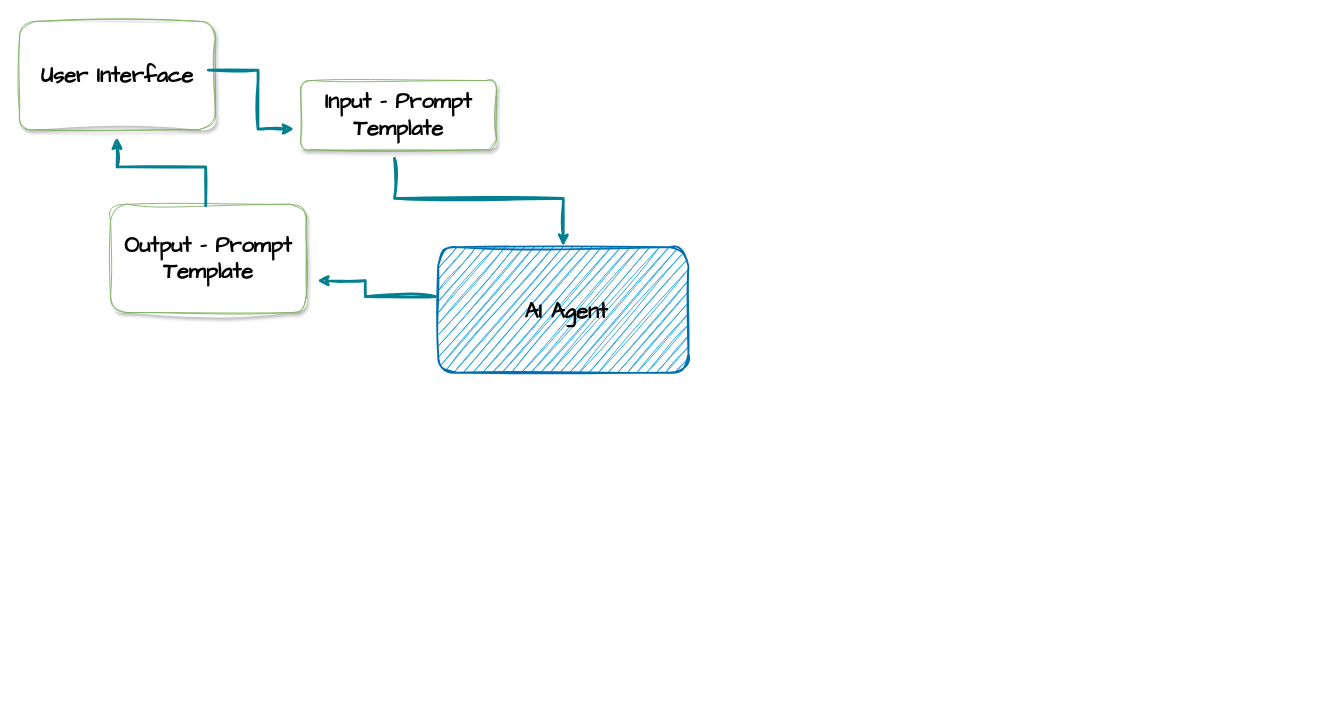
anjali52deb/draw-io keeps this draw.io diagram as Untitled Diagram.drawio. Above is the earlier version. Source tidied: cells renumbered, new cells numbered last; positions are measured from the earlier drawing's top-left corner, leaving out a move shared by most shapes. Both pictures are drawn from the tidied source at 91%, with x=0, y=0 at pixel (19, 21).
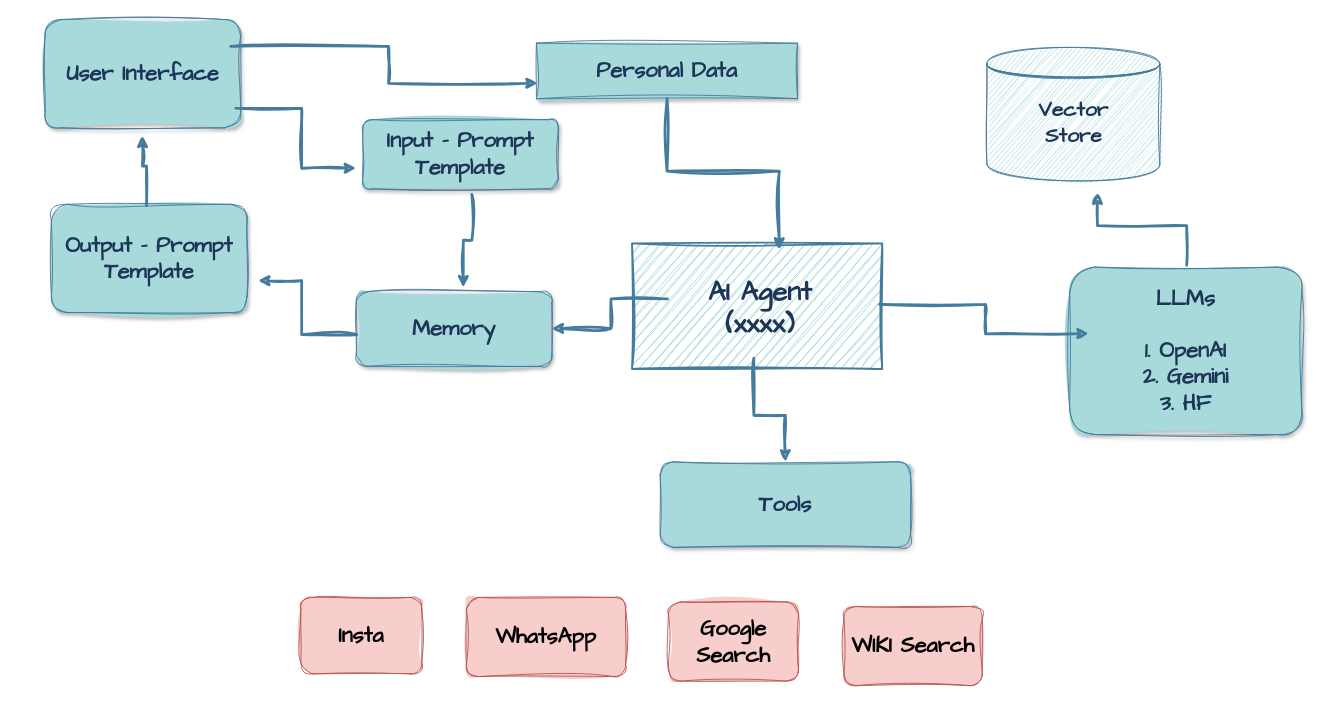
The same diagram, later.

Change to the diagram source:
```diff
@@
-    <mxCell id="2" style="group;" parent="1" vertex="1">
-      <mxGeometry x="460" y="248" width="275" height="138" as="geometry" />
+    <mxCell id="2" style="group;labelBackgroundColor=none;fontColor=#1D3557;sketch=1;curveFitting=1;jiggle=2;rounded=1;" parent="1" vertex="1">
+      <mxGeometry x="673" y="244" width="275" height="138" as="geometry" />
     </mxCell>
-    <mxCell id="3" style="rounded=1;whiteSpace=wrap;html=1;labelBackgroundColor=none;fillColor=#1ba1e2;strokeColor=#006EAF;fontColor=#ffffff;sketch=1;curveFitting=1;jiggle=2;glass=0;shadow=0;fontFamily=Helvetica;fillStyle=auto;gradientColor=none;strokeWidth=2;perimeterSpacing=1;imageAspect=0;" parent="2" vertex="1">
+    <mxCell id="3" style="rounded=0;whiteSpace=wrap;html=1;labelBackgroundColor=none;fillColor=#A8DADC;strokeColor=#457B9D;fontColor=#1D3557;glass=0;shadow=0;fontFamily=Helvetica;fillStyle=auto;strokeWidth=2;perimeterSpacing=1;imageAspect=0;fontSize=14;sketch=1;curveFitting=1;jiggle=2;" parent="2" vertex="1">
       <mxGeometry width="275" height="138" as="geometry" />
     </mxCell>
-    <mxCell id="4" value="AI Agent" style="text;html=1;align=center;verticalAlign=middle;whiteSpace=wrap;rounded=0;fontFamily=Comic Sans MS;fontColor=light-dark(#000000, #0b2008);fontSize=24;fontStyle=1;" parent="2" vertex="1">
+    <mxCell id="4" value="&lt;div&gt;AI Agent&lt;/div&gt;&lt;div&gt;(xxxx)&lt;br&gt;&lt;/div&gt;" style="text;html=1;align=center;verticalAlign=middle;whiteSpace=wrap;rounded=0;fontFamily=Comic Sans MS;fontColor=#1D3557;fontSize=30;fontStyle=1;labelBackgroundColor=none;sketch=1;curveFitting=1;jiggle=2;" parent="2" vertex="1">
       <mxGeometry x="41.8" y="46.4" width="198" height="48.8" as="geometry" />
     </mxCell>
-    <mxCell id="5" value="Input - Prompt Template" style="text;html=1;align=center;verticalAlign=middle;whiteSpace=wrap;rounded=1;fontFamily=Comic Sans MS;fontSize=24;fontStyle=1;fillColor=default;strokeColor=#82b366;fillStyle=solid;sketch=1;curveFitting=1;jiggle=2;shadow=1;gradientColor=none;" parent="1" vertex="1">
-      <mxGeometry x="309" y="65" width="215" height="76" as="geometry" />
+    <mxCell id="5" value="Input - Prompt Template" style="text;html=1;align=center;verticalAlign=middle;whiteSpace=wrap;rounded=1;fontFamily=Comic Sans MS;fontSize=24;fontStyle=1;fillColor=#A8DADC;strokeColor=#457B9D;fillStyle=solid;shadow=1;labelBackgroundColor=none;fontColor=#1D3557;sketch=1;curveFitting=1;jiggle=2;" parent="1" vertex="1">
+      <mxGeometry x="377" y="108" width="215" height="76" as="geometry" />
     </mxCell>
-    <mxCell id="6" value="Output - Prompt Template" style="text;html=1;align=center;verticalAlign=middle;whiteSpace=wrap;rounded=1;fontFamily=Comic Sans MS;fontSize=24;fontStyle=1;fillColor=default;strokeColor=#82b366;fillStyle=solid;sketch=1;curveFitting=1;jiggle=2;shadow=1;gradientColor=none;" parent="1" vertex="1">
-      <mxGeometry x="100" y="201" width="215" height="119" as="geometry" />
+    <mxCell id="6" value="Output - Prompt Template" style="text;html=1;align=center;verticalAlign=middle;whiteSpace=wrap;rounded=1;fontFamily=Comic Sans MS;fontSize=24;fontStyle=1;fillColor=#A8DADC;strokeColor=#457B9D;fillStyle=solid;shadow=1;labelBackgroundColor=none;fontColor=#1D3557;sketch=1;curveFitting=1;jiggle=2;" parent="1" vertex="1">
+      <mxGeometry x="35" y="201" width="215" height="119" as="geometry" />
     </mxCell>
-    <mxCell id="7" value="User Interface" style="text;html=1;align=center;verticalAlign=middle;whiteSpace=wrap;rounded=1;fontFamily=Comic Sans MS;fontSize=24;fontStyle=1;fillColor=default;strokeColor=#82b366;fillStyle=solid;sketch=1;curveFitting=1;jiggle=2;shadow=1;gradientColor=none;" parent="1" vertex="1">
-      <mxGeometry width="215" height="119" as="geometry" />
+    <mxCell id="7" value="User Interface" style="text;html=1;align=center;verticalAlign=middle;whiteSpace=wrap;rounded=1;fontFamily=Comic Sans MS;fontSize=24;fontStyle=1;fillColor=#A8DADC;strokeColor=#457B9D;fillStyle=solid;shadow=1;labelBackgroundColor=none;fontColor=#1D3557;sketch=1;curveFitting=1;jiggle=2;" parent="1" vertex="1">
+      <mxGeometry x="28" y="-2" width="215" height="119" as="geometry" />
     </mxCell>
-    <mxCell id="8" style="edgeStyle=orthogonalEdgeStyle;rounded=0;jettySize=auto;html=1;exitX=0.965;exitY=0.45;exitDx=0;exitDy=0;entryX=-0.033;entryY=0.702;entryDx=0;entryDy=0;strokeColor=#028090;fontColor=default;fillColor=#F45B69;strokeWidth=3;sketch=1;curveFitting=1;jiggle=2;labelBackgroundColor=none;entryPerimeter=0;exitPerimeter=0;" parent="1" edge="1" source="7" target="5">
+    <mxCell id="8" style="edgeStyle=orthogonalEdgeStyle;rounded=0;jettySize=auto;html=1;exitX=0.974;exitY=0.819;exitDx=0;exitDy=0;entryX=-0.033;entryY=0.702;entryDx=0;entryDy=0;strokeColor=#457B9D;fontColor=default;fillColor=#A8DADC;strokeWidth=3;labelBackgroundColor=none;entryPerimeter=0;exitPerimeter=0;sketch=1;curveFitting=1;jiggle=2;" parent="1" edge="1" source="7" target="5">
       <mxGeometry relative="1" as="geometry" />
     </mxCell>
-    <mxCell id="9" style="edgeStyle=orthogonalEdgeStyle;rounded=0;jettySize=auto;html=1;exitX=0.479;exitY=1.125;exitDx=0;exitDy=0;strokeColor=#028090;fontColor=default;fillColor=#F45B69;strokeWidth=3;sketch=1;curveFitting=1;jiggle=2;labelBackgroundColor=none;exitPerimeter=0;" parent="1" edge="1" source="5" target="3">
+    <mxCell id="9" style="edgeStyle=orthogonalEdgeStyle;rounded=0;jettySize=auto;html=1;exitX=0.558;exitY=1.079;exitDx=0;exitDy=0;strokeColor=#457B9D;fontColor=default;fillColor=#A8DADC;strokeWidth=3;labelBackgroundColor=none;exitPerimeter=0;entryX=0.547;entryY=-0.055;entryDx=0;entryDy=0;entryPerimeter=0;sketch=1;curveFitting=1;jiggle=2;" parent="1" edge="1" source="5" target="20">
       <mxGeometry relative="1" as="geometry" />
     </mxCell>
-    <mxCell id="10" style="edgeStyle=orthogonalEdgeStyle;rounded=0;jettySize=auto;html=1;exitX=-0.007;exitY=0.396;exitDx=0;exitDy=0;strokeColor=#028090;fontColor=default;fillColor=#F45B69;strokeWidth=3;sketch=1;curveFitting=1;jiggle=2;labelBackgroundColor=none;exitPerimeter=0;entryX=1.056;entryY=0.706;entryDx=0;entryDy=0;entryPerimeter=0;" parent="1" edge="1" source="3" target="6">
-      <mxGeometry relative="1" as="geometry">
-        <Array as="points">
-          <mxPoint x="380" y="303" />
-          <mxPoint x="380" y="285" />
-        </Array>
-      </mxGeometry>
+    <mxCell id="10" style="edgeStyle=orthogonalEdgeStyle;rounded=0;jettySize=auto;html=1;exitX=0.002;exitY=0.576;exitDx=0;exitDy=0;strokeColor=#457B9D;fontColor=default;fillColor=#A8DADC;strokeWidth=3;labelBackgroundColor=none;exitPerimeter=0;entryX=1.056;entryY=0.706;entryDx=0;entryDy=0;entryPerimeter=0;sketch=1;curveFitting=1;jiggle=2;" parent="1" edge="1" source="20" target="6">
+      <mxGeometry relative="1" as="geometry" />
     </mxCell>
-    <mxCell id="11" style="edgeStyle=orthogonalEdgeStyle;rounded=0;jettySize=auto;html=1;exitX=0.486;exitY=0.013;exitDx=0;exitDy=0;strokeColor=#028090;fontColor=default;fillColor=#F45B69;strokeWidth=3;sketch=1;curveFitting=1;jiggle=2;labelBackgroundColor=none;exitPerimeter=0;entryX=0.498;entryY=1.071;entryDx=0;entryDy=0;entryPerimeter=0;" parent="1" edge="1" source="6" target="7">
+    <mxCell id="11" style="edgeStyle=orthogonalEdgeStyle;rounded=0;jettySize=auto;html=1;exitX=0.486;exitY=0.013;exitDx=0;exitDy=0;strokeColor=#457B9D;fontColor=default;fillColor=#A8DADC;strokeWidth=3;labelBackgroundColor=none;exitPerimeter=0;entryX=0.498;entryY=1.071;entryDx=0;entryDy=0;entryPerimeter=0;sketch=1;curveFitting=1;jiggle=2;" parent="1" edge="1" source="6" target="7">
       <mxGeometry relative="1" as="geometry" />
     </mxCell>
+    <mxCell id="12" value="&lt;div&gt;LLMs&lt;/div&gt;&lt;div&gt;&lt;br&gt;&lt;/div&gt;&lt;div&gt;1. OpenAI&lt;/div&gt;&lt;div&gt;2. Gemini&lt;/div&gt;&lt;div&gt;3. HF&lt;br&gt;&lt;/div&gt;" style="text;html=1;align=center;verticalAlign=middle;whiteSpace=wrap;rounded=1;fontFamily=Comic Sans MS;fontSize=24;fontStyle=1;fillColor=#A8DADC;strokeColor=#457B9D;fillStyle=solid;shadow=1;labelBackgroundColor=none;fontColor=#1D3557;sketch=1;curveFitting=1;jiggle=2;" parent="1" vertex="1">
+      <mxGeometry x="1154" y="270" width="255" height="184" as="geometry" />
+    </mxCell>
+    <mxCell id="13" value="Personal Data" style="text;html=1;align=center;verticalAlign=middle;whiteSpace=wrap;rounded=0;fontFamily=Comic Sans MS;fontSize=24;fontStyle=1;fillColor=#A8DADC;strokeColor=#457B9D;fillStyle=solid;shadow=1;labelBackgroundColor=none;fontColor=#1D3557;sketch=1;curveFitting=1;jiggle=2;" parent="1" vertex="1">
+      <mxGeometry x="568" y="24" width="287" height="61" as="geometry" />
+    </mxCell>
+    <mxCell id="14" style="edgeStyle=orthogonalEdgeStyle;rounded=0;jettySize=auto;html=1;entryX=0.005;entryY=0.721;entryDx=0;entryDy=0;strokeColor=#457B9D;fontColor=default;fillColor=#A8DADC;strokeWidth=3;labelBackgroundColor=none;entryPerimeter=0;sketch=1;curveFitting=1;jiggle=2;exitX=0.949;exitY=0.248;exitDx=0;exitDy=0;exitPerimeter=0;" parent="1" edge="1" source="7" target="13">
+      <mxGeometry relative="1" as="geometry" />
+    </mxCell>
+    <mxCell id="15" style="edgeStyle=orthogonalEdgeStyle;rounded=0;jettySize=auto;html=1;entryX=0.588;entryY=0.057;entryDx=0;entryDy=0;strokeColor=#457B9D;fontColor=default;fillColor=#A8DADC;strokeWidth=3;labelBackgroundColor=none;entryPerimeter=0;sketch=1;curveFitting=1;jiggle=2;" parent="1" edge="1" source="13" target="3">
+      <mxGeometry relative="1" as="geometry" />
+    </mxCell>
+    <mxCell id="16" style="edgeStyle=orthogonalEdgeStyle;rounded=0;jettySize=auto;html=1;exitX=0.986;exitY=0.486;exitDx=0;exitDy=0;strokeColor=#457B9D;fontColor=default;fillColor=#A8DADC;strokeWidth=3;labelBackgroundColor=none;exitPerimeter=0;sketch=1;curveFitting=1;jiggle=2;" parent="1" edge="1" source="3">
+      <mxGeometry relative="1" as="geometry">
+        <mxPoint x="1175" y="343" as="targetPoint" />
+      </mxGeometry>
+    </mxCell>
+    <mxCell id="17" style="group;rounded=0;labelBackgroundColor=none;fontColor=#1D3557;sketch=1;curveFitting=1;jiggle=2;" parent="1" vertex="1">
+      <mxGeometry x="1063" y="28" width="190" height="151" as="geometry" />
+    </mxCell>
+    <mxCell id="18" style="shape=datastore;whiteSpace=wrap;html=1;hachureGap=4;strokeColor=#457B9D;fontFamily=Architects Daughter;fontColor=#1D3557;fillColor=#A8DADC;labelBackgroundColor=none;sketch=1;curveFitting=1;jiggle=2;rounded=0;" parent="17" vertex="1">
+      <mxGeometry width="190" height="148" as="geometry" />
+    </mxCell>
+    <mxCell id="19" value="Vector Store" style="text;html=1;align=center;verticalAlign=middle;whiteSpace=wrap;rounded=0;fontFamily=Comic Sans MS;strokeColor=none;fontSize=23;fontStyle=1;labelBackgroundColor=none;fontColor=#1D3557;sketch=1;curveFitting=1;jiggle=2;" parent="17" vertex="1">
+      <mxGeometry x="40" y="16" width="111" height="135" as="geometry" />
+    </mxCell>
+    <mxCell id="20" value="Memory" style="text;html=1;align=center;verticalAlign=middle;whiteSpace=wrap;rounded=1;fontFamily=Comic Sans MS;fontSize=24;fontStyle=1;fillColor=#A8DADC;strokeColor=#457B9D;fillStyle=solid;shadow=1;labelBackgroundColor=none;fontColor=#1D3557;sketch=1;curveFitting=1;jiggle=2;" parent="1" vertex="1">
+      <mxGeometry x="370" y="297" width="215" height="82" as="geometry" />
+    </mxCell>
+    <mxCell id="21" value="Tools" style="text;html=1;align=center;verticalAlign=middle;whiteSpace=wrap;rounded=1;fontFamily=Comic Sans MS;fontSize=24;fontStyle=1;fillColor=#A8DADC;strokeColor=#457B9D;fillStyle=solid;shadow=1;labelBackgroundColor=none;fontColor=#1D3557;sketch=1;curveFitting=1;jiggle=2;" parent="1" vertex="1">
+      <mxGeometry x="704" y="484" width="275" height="94" as="geometry" />
+    </mxCell>
+    <mxCell id="22" style="edgeStyle=orthogonalEdgeStyle;rounded=0;jettySize=auto;html=1;strokeColor=#457B9D;fontColor=default;fillColor=#A8DADC;strokeWidth=3;labelBackgroundColor=none;entryX=0.998;entryY=0.494;entryDx=0;entryDy=0;entryPerimeter=0;sketch=1;curveFitting=1;jiggle=2;exitX=-0.014;exitY=0.299;exitDx=0;exitDy=0;exitPerimeter=0;" parent="1" edge="1" source="4" target="20">
+      <mxGeometry relative="1" as="geometry" />
+    </mxCell>
+    <mxCell id="23" style="edgeStyle=orthogonalEdgeStyle;rounded=0;jettySize=auto;html=1;exitX=0.487;exitY=0.907;exitDx=0;exitDy=0;strokeColor=#457B9D;fontColor=default;fillColor=#A8DADC;strokeWidth=3;labelBackgroundColor=none;exitPerimeter=0;sketch=1;curveFitting=1;jiggle=2;" parent="1" edge="1" source="3" target="21">
+      <mxGeometry relative="1" as="geometry" />
+    </mxCell>
+    <mxCell id="24" style="edgeStyle=orthogonalEdgeStyle;rounded=0;jettySize=auto;html=1;exitX=0.504;exitY=-0.011;exitDx=0;exitDy=0;entryX=0.734;entryY=1.067;entryDx=0;entryDy=0;strokeColor=#457B9D;fontColor=default;fillColor=#A8DADC;strokeWidth=3;labelBackgroundColor=none;entryPerimeter=0;exitPerimeter=0;jumpStyle=arc;sketch=1;curveFitting=1;jiggle=2;flowAnimation=0;" parent="1" edge="1" source="12" target="19">
+      <mxGeometry relative="1" as="geometry" />
+    </mxCell>
+    <mxCell id="25" value="WIKI Search" style="text;html=1;align=center;verticalAlign=middle;whiteSpace=wrap;rounded=1;fontFamily=Comic Sans MS;fontSize=24;fontStyle=1;fillColor=#f8cecc;strokeColor=#b85450;fillStyle=solid;shadow=0;labelBackgroundColor=none;sketch=1;curveFitting=1;jiggle=2;glass=0;" parent="1" vertex="1">
+      <mxGeometry x="906" y="643" width="152" height="87" as="geometry" />
+    </mxCell>
+    <mxCell id="26" value="Google Search" style="text;html=1;align=center;verticalAlign=middle;whiteSpace=wrap;rounded=1;fontFamily=Comic Sans MS;fontSize=24;fontStyle=1;fillColor=#f8cecc;strokeColor=#b85450;fillStyle=solid;shadow=0;labelBackgroundColor=none;sketch=1;curveFitting=1;jiggle=2;glass=0;" parent="1" vertex="1">
+      <mxGeometry x="713" y="638" width="143" height="87" as="geometry" />
+    </mxCell>
+    <mxCell id="27" value="WhatsApp" style="text;html=1;align=center;verticalAlign=middle;whiteSpace=wrap;rounded=1;fontFamily=Comic Sans MS;fontSize=24;fontStyle=1;fillColor=#f8cecc;strokeColor=#b85450;fillStyle=solid;shadow=0;labelBackgroundColor=none;sketch=1;curveFitting=1;jiggle=2;glass=0;" parent="1" vertex="1">
+      <mxGeometry x="491" y="633" width="175" height="87" as="geometry" />
+    </mxCell>
+    <mxCell id="28" value="Insta" style="text;html=1;align=center;verticalAlign=middle;whiteSpace=wrap;rounded=1;fontFamily=Comic Sans MS;fontSize=24;fontStyle=1;fillColor=#f8cecc;strokeColor=#b85450;fillStyle=solid;shadow=0;labelBackgroundColor=none;sketch=1;curveFitting=1;jiggle=2;glass=0;" parent="1" vertex="1">
+      <mxGeometry x="309" y="633" width="133" height="84" as="geometry" />
+    </mxCell>
```
